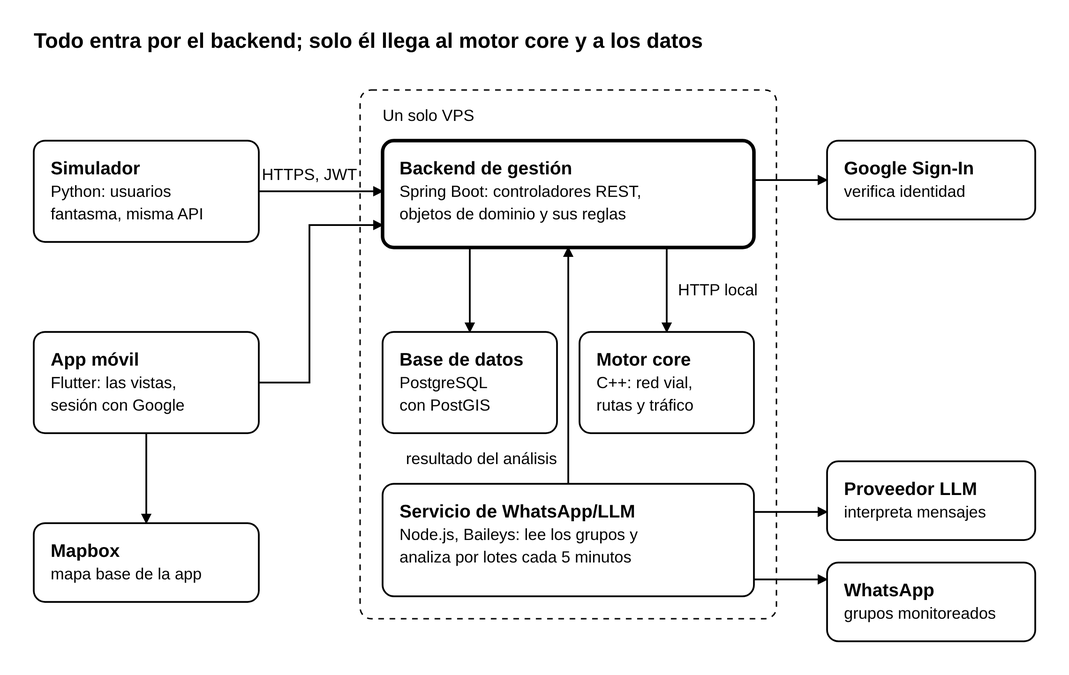
uniWASD/ChuroViajeInterno keeps this PlantUML diagram as 03_des/02_Arquitectura/diagramas/ARQ-01_Componentes.png. Above is the earlier version. Its source is kept beside it as 03_des/02_Arquitectura/diagramas/ARQ-01_Componentes.puml. The source it was exported from:
```plantuml
@startuml ARQ-01_Componentes

left to right direction
skinparam monochrome true
skinparam shadowing false
skinparam backgroundColor transparent
skinparam defaultFontName Arial
skinparam defaultFontSize 13
skinparam defaultFontColor black
skinparam ArrowColor black
skinparam componentStyle rectangle
skinparam componentBackgroundColor white
skinparam nodeBackgroundColor white
skinparam databaseBackgroundColor white
skinparam cloudBackgroundColor white

title Todo entra por el backend; solo él llega al motor core y a los datos

component "Simulador\n(Python)\nusuarios fantasma, misma API" as sim
component "App móvil\n(Flutter)\nlas vistas y la sesión con Google" as app

node "Un solo VPS" {
  component "Backend de gestión\n(Java, Spring Boot)\ncontroladores REST,\nobjetos de dominio y sus reglas" as backend <<puerta de entrada>>
  component "Motor core\n(C++)\nred vial, rutas y tráfico" as motor
  database "Base de datos\n(PostgreSQL con PostGIS)" as bd
  component "Servicio de WhatsApp/LLM\n(Node.js, Baileys)\nlee los grupos y analiza\npor lotes cada 5 minutos" as wa
}

cloud "Google Sign-In\nverifica la identidad" as google
cloud "Mapbox\nmapa base de la app" as mapbox
cloud "Proveedor del LLM\ninterpreta los mensajes" as llm
cloud "Grupos de WhatsApp\nmonitoreados" as grupos

sim --> backend : HTTPS y JWT
app --> backend : HTTPS y JWT
app --> google : token de identidad
app --> mapbox : mapa base
backend --> google : valida el token
backend --> motor : HTTP local (JSON)
backend --> bd
wa --> backend : resultado del análisis\n(HTTP local)
wa --> llm : texto y fecha (HTTPS)
wa --> grupos : solo lectura

@enduml
```
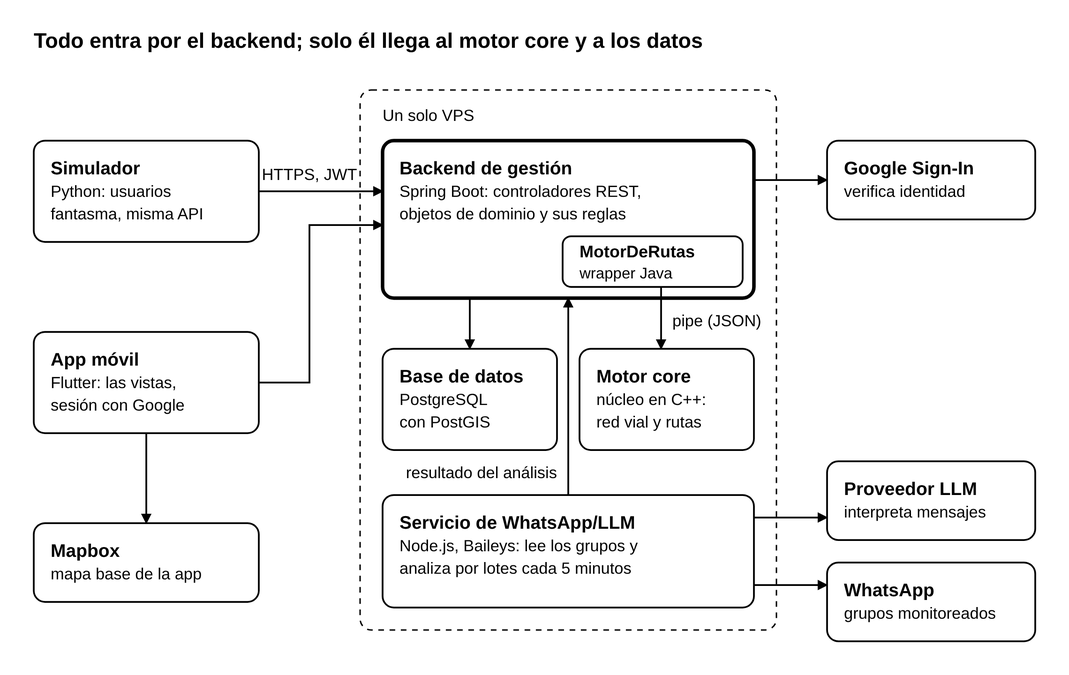
Later version of the same file.

Diff of the diagram source:
```diff
@@ -20,8 +20,10 @@
 component "App móvil\n(Flutter)\nlas vistas y la sesión con Google" as app
 
 node "Un solo VPS" {
-  component "Backend de gestión\n(Java, Spring Boot)\ncontroladores REST,\nobjetos de dominio y sus reglas" as backend <<puerta de entrada>>
-  component "Motor core\n(C++)\nred vial, rutas y tráfico" as motor
+  component "Backend de gestión\n(Java, Spring Boot)\ncontroladores REST,\nobjetos de dominio y sus reglas" as backend <<puerta de entrada>> {
+    component "MotorDeRutas\n(wrapper Java\ndel motor core)" as wrapper
+  }
+  component "Núcleo del motor core\n(C++, proceso hijo del backend)\nred vial, rutas y tráfico" as motor
   database "Base de datos\n(PostgreSQL con PostGIS)" as bd
   component "Servicio de WhatsApp/LLM\n(Node.js, Baileys)\nlee los grupos y analiza\npor lotes cada 5 minutos" as wa
 }
@@ -36,7 +38,7 @@
 app --> google : token de identidad
 app --> mapbox : mapa base
 backend --> google : valida el token
-backend --> motor : HTTP local (JSON)
+wrapper --> motor : pipe (JSON por línea)
 backend --> bd
 wa --> backend : resultado del análisis\n(HTTP local)
 wa --> llm : texto y fecha (HTTPS)
```
